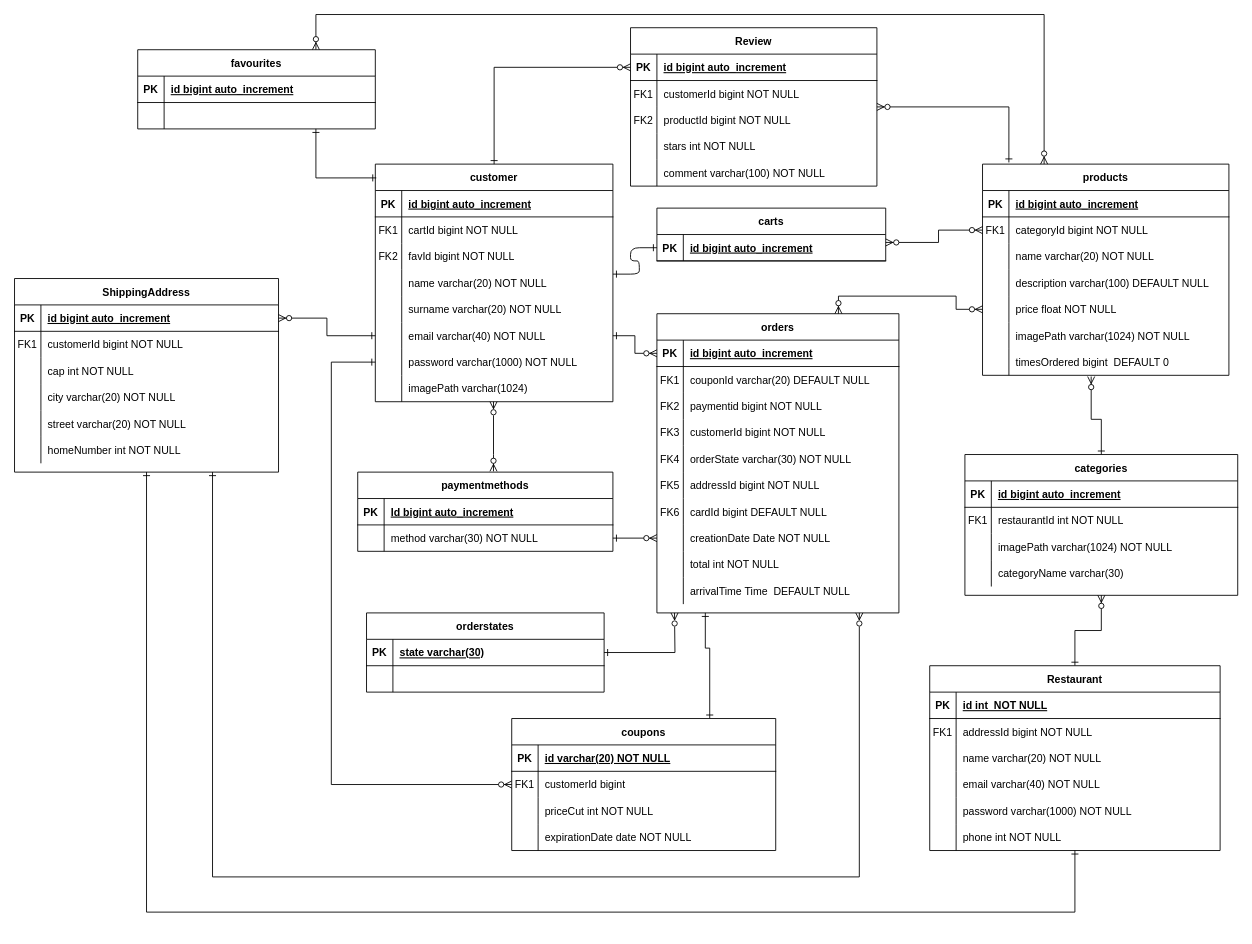
Before: documentazione/Diagrammi/Er(1).drawio in Flacaro/TasteIt, a draw.io diagram. Source tidied: cells renumbered, new cells numbered last; positions are measured from the earlier drawing's top-left corner, leaving out a move shared by most shapes. Both pictures are drawn from the tidied source at 88%, with x=0, y=0 at pixel (14, 14).
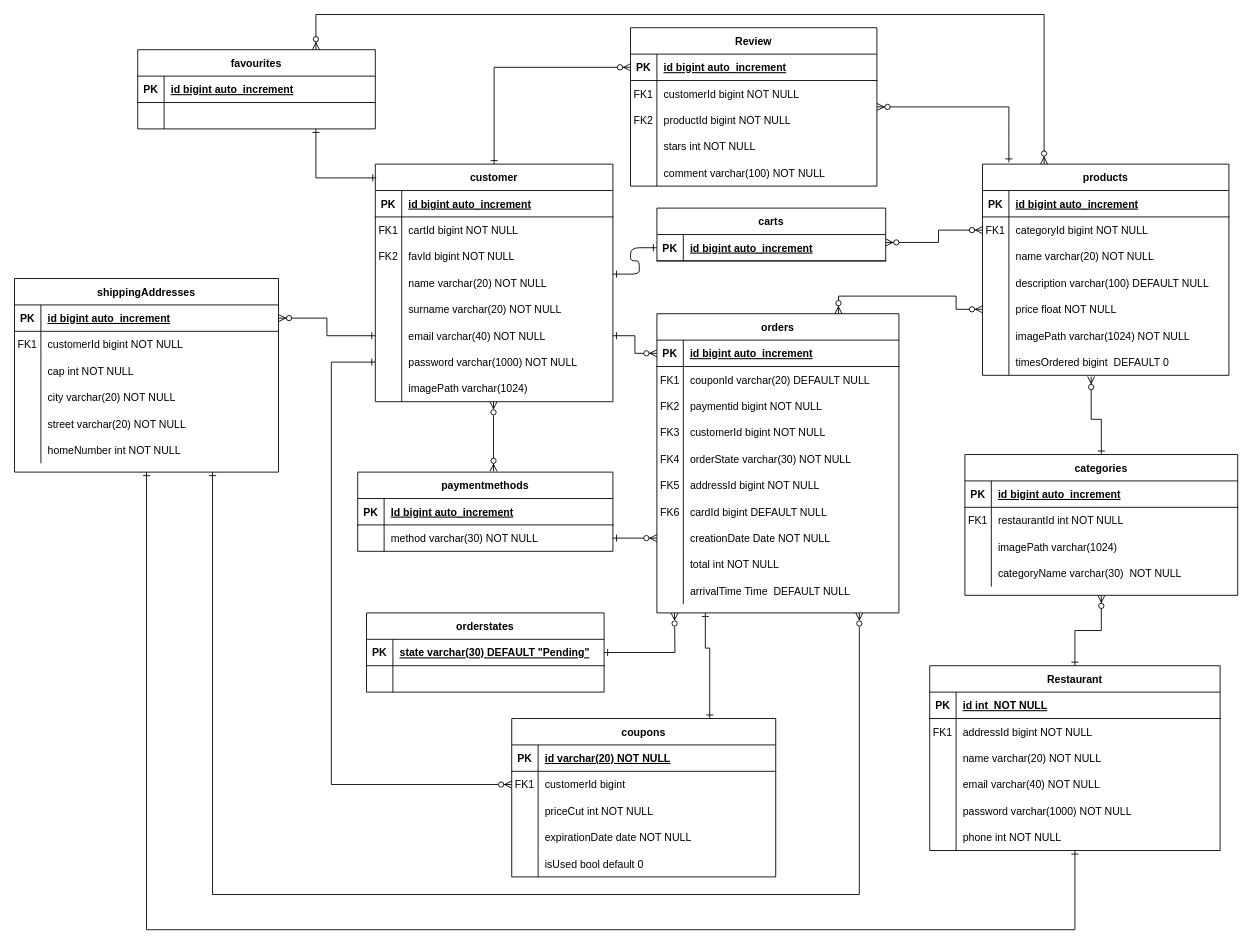
The same page after the edit.

The change refers to these unchanged cells:
```xml
<mxCell id="106" style="shape=partialRectangle;fillColor=none;top=0;left=0;bottom=0;right=0;" parent="99" vertex="1">
  <mxGeometry y="90" width="310" height="30" as="geometry" />
</mxCell>
<mxCell id="109" style="shape=partialRectangle;fillColor=none;top=0;left=0;bottom=0;right=0;" parent="99" vertex="1">
  <mxGeometry y="120" width="310" height="30" as="geometry" />
</mxCell>
<mxCell id="113" value="Restaurant" style="shape=table;startSize=30;childLayout=tableLayout;rowLines=0;fontStyle=1;align=center;" parent="1" vertex="1">
  <mxGeometry x="1040" y="740" width="330" height="210" as="geometry" />
</mxCell>
<mxCell id="196" style="shape=partialRectangle;fillColor=none;top=0;left=0;bottom=1;right=0;points=[[0,0.5],[1,0.5]];portConstraint=eastwest;" parent="195" vertex="1">
  <mxGeometry y="30" width="270" height="30" as="geometry" />
</mxCell>
```

What changed in the source:
```diff
@@
-    <mxCell id="108" value="imagePath varchar(1024) NOT NULL" style="shape=partialRectangle;fillColor=none;top=0;left=0;bottom=0;right=0;align=left;spacingLeft=6;overflow=hidden;" parent="106" vertex="1">
+    <mxCell id="108" value="imagePath varchar(1024) " style="shape=partialRectangle;fillColor=none;top=0;left=0;bottom=0;right=0;align=left;spacingLeft=6;overflow=hidden;" parent="106" vertex="1">
       <mxGeometry x="30" width="280" height="30" as="geometry" />
     </mxCell>
@@
-    <mxCell id="111" value="categoryName varchar(30) " style="shape=partialRectangle;fillColor=none;top=0;left=0;bottom=0;right=0;align=left;spacingLeft=6;overflow=hidden;" parent="109" vertex="1">
+    <mxCell id="111" value="categoryName varchar(30)  NOT NULL" style="shape=partialRectangle;fillColor=none;top=0;left=0;bottom=0;right=0;align=left;spacingLeft=6;overflow=hidden;" parent="109" vertex="1">
       <mxGeometry x="30" width="280" height="30" as="geometry" />
     </mxCell>
     <mxCell id="112" style="edgeStyle=orthogonalEdgeStyle;rounded=0;jettySize=auto;html=1;entryX=0.5;entryY=1;entryDx=0;entryDy=0;startArrow=ERone;startFill=0;endArrow=ERone;endFill=0;" parent="1" edge="1" source="113" target="148">
       <mxGeometry relative="1" as="geometry">
         <Array as="points">
-          <mxPoint x="1205" y="1020" />
-          <mxPoint x="150" y="1020" />
+          <mxPoint x="1205" y="1040" />
+          <mxPoint x="150" y="1040" />
         </Array>
       </mxGeometry>
     </mxCell>
@@
     <mxCell id="133" value="coupons" style="shape=table;startSize=30;childLayout=tableLayout;rowLines=0;fontStyle=1;align=center;" parent="1" vertex="1">
-      <mxGeometry x="565" y="800" width="300" height="150" as="geometry" />
+      <mxGeometry x="565" y="800" width="300" height="180" as="geometry" />
     </mxCell>
@@
+    <mxCell id="203" style="shape=partialRectangle;fillColor=none;top=0;left=0;bottom=0;right=0;" parent="133" vertex="1">
+      <mxGeometry y="150" width="300" height="30" as="geometry" />
+    </mxCell>
+    <mxCell id="204" style="shape=partialRectangle;fillColor=none;top=0;left=0;bottom=0;right=0;overflow=hidden;" parent="203" vertex="1">
+      <mxGeometry width="30" height="30" as="geometry" />
+    </mxCell>
+    <mxCell id="205" value="isUsed bool default 0" style="shape=partialRectangle;fillColor=none;top=0;left=0;bottom=0;right=0;align=left;spacingLeft=6;overflow=hidden;" parent="203" vertex="1">
+      <mxGeometry x="30" width="270" height="30" as="geometry" />
+    </mxCell>
@@
     <mxCell id="147" style="edgeStyle=orthogonalEdgeStyle;rounded=0;jettySize=auto;html=1;exitX=0.75;exitY=1;exitDx=0;exitDy=0;startArrow=ERone;startFill=0;endArrow=ERzeroToMany;endFill=0;" parent="1" edge="1" source="148">
       <mxGeometry relative="1" as="geometry">
         <mxPoint x="960" y="680" as="targetPoint" />
         <Array as="points">
-          <mxPoint x="225" y="980" />
-          <mxPoint x="960" y="980" />
+          <mxPoint x="225" y="1000" />
+          <mxPoint x="960" y="1000" />
         </Array>
       </mxGeometry>
     </mxCell>
-    <mxCell id="148" value="ShippingAddress" style="shape=table;startSize=30;childLayout=tableLayout;rowLines=0;fontStyle=1;align=center;" parent="1" vertex="1">
+    <mxCell id="148" value="shippingAddresses" style="shape=table;startSize=30;childLayout=tableLayout;rowLines=0;fontStyle=1;align=center;" parent="1" vertex="1">
       <mxGeometry y="300" width="300" height="220" as="geometry" />
     </mxCell>
@@
-    <mxCell id="198" value="state varchar(30)" style="shape=partialRectangle;fillColor=none;top=0;left=0;bottom=0;right=0;align=left;spacingLeft=6;fontStyle=5;overflow=hidden;" parent="196" vertex="1">
+    <mxCell id="198" value="state varchar(30) DEFAULT &quot;Pending&quot;" style="shape=partialRectangle;fillColor=none;top=0;left=0;bottom=0;right=0;align=left;spacingLeft=6;fontStyle=5;overflow=hidden;" parent="196" vertex="1">
       <mxGeometry x="30" width="240" height="30" as="geometry" />
     </mxCell>
```
